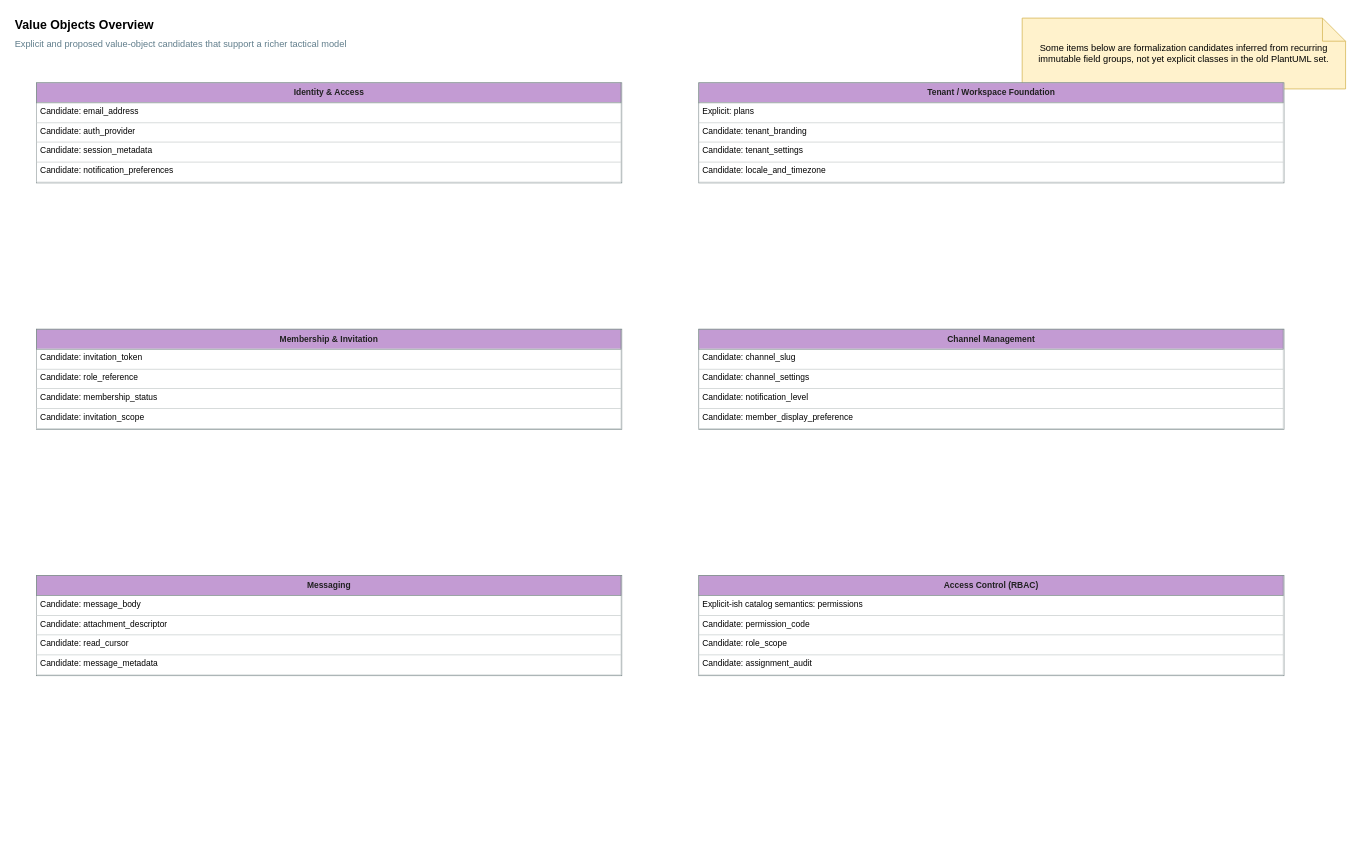
This is docs/tatical/value_objects/00_overview_value_objects.drawio from NFMU/app-design, a draw.io file, before an edit. Source tidied: cells renumbered, new cells numbered last; positions are measured from the earlier drawing's top-left corner, leaving out a move shared by most shapes. Both pictures are drawn from the tidied source at 77%, with x=0, y=0 at pixel (13, 13).
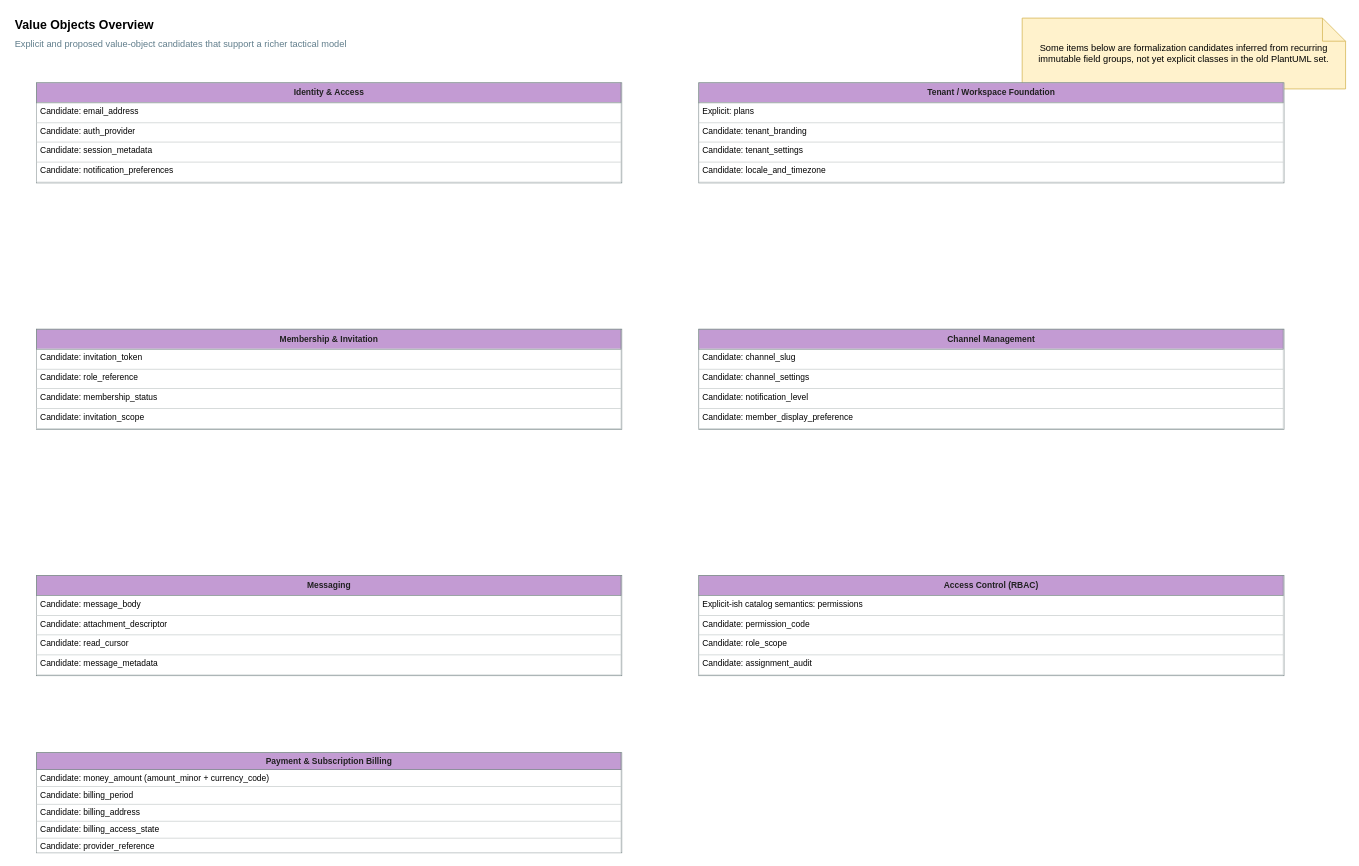
The same page after the edit.

What changed in the source:
```diff
@@
 <mxGraphModel>
   <root>
     <mxCell id="0" />
     <mxCell id="1" parent="0" />
     <mxCell id="2" value="Value Objects Overview" style="text;html=1;strokeColor=none;fillColor=none;align=left;verticalAlign=middle;fontSize=16;fontStyle=1;" parent="1" vertex="1">
       <mxGeometry width="760" height="30" as="geometry" />
     </mxCell>
     <mxCell id="3" value="Explicit and proposed value-object candidates that support a richer tactical model" style="text;html=1;strokeColor=none;fillColor=none;align=left;verticalAlign=middle;fontSize=12;fontColor=#607D8B;" parent="1" vertex="1">
       <mxGeometry y="28" width="760" height="24" as="geometry" />
     </mxCell>
     <mxCell id="4" value="Some items below are formalization candidates inferred from recurring immutable field groups, not yet explicit classes in the old PlantUML set." style="shape=note;whiteSpace=wrap;html=1;fillColor=#FFF2CC;strokeColor=#D6B656;" parent="1" vertex="1">
       <mxGeometry x="1310" y="6" width="420" height="92" as="geometry" />
     </mxCell>
     <mxCell id="5" value="&lt;table style=&quot;width:100%;height:100%;border-collapse:collapse;font-size:11px;font-family:Arial;&quot;&gt;&lt;tr&gt;&lt;td style=&quot;background:#C39BD3;color:#212121;font-weight:bold;text-align:center;border:1px solid #7F8C8D;padding:4px;&quot;&gt;Identity &amp; Access&lt;/td&gt;&lt;/tr&gt;&lt;tr&gt;&lt;td style=&quot;border:1px solid #CCD1D1;background:#FFFFFF;padding:4px;vertical-align:top;&quot;&gt;Candidate: email_address&lt;/td&gt;&lt;/tr&gt;&lt;tr&gt;&lt;td style=&quot;border:1px solid #CCD1D1;background:#FFFFFF;padding:4px;vertical-align:top;&quot;&gt;Candidate: auth_provider&lt;/td&gt;&lt;/tr&gt;&lt;tr&gt;&lt;td style=&quot;border:1px solid #CCD1D1;background:#FFFFFF;padding:4px;vertical-align:top;&quot;&gt;Candidate: session_metadata&lt;/td&gt;&lt;/tr&gt;&lt;tr&gt;&lt;td style=&quot;border:1px solid #CCD1D1;background:#FFFFFF;padding:4px;vertical-align:top;&quot;&gt;Candidate: notification_preferences&lt;/td&gt;&lt;/tr&gt;&lt;/table&gt;" style="rounded=0;whiteSpace=wrap;html=1;align=left;verticalAlign=top;spacing=0;fillColor=#FFFFFF;strokeColor=#7F8C8D;overflow=fill;" parent="1" vertex="1">
       <mxGeometry x="30" y="90" width="760" height="130" as="geometry" />
     </mxCell>
     <mxCell id="6" value="&lt;table style=&quot;width:100%;height:100%;border-collapse:collapse;font-size:11px;font-family:Arial;&quot;&gt;&lt;tr&gt;&lt;td style=&quot;background:#C39BD3;color:#212121;font-weight:bold;text-align:center;border:1px solid #7F8C8D;padding:4px;&quot;&gt;Tenant / Workspace Foundation&lt;/td&gt;&lt;/tr&gt;&lt;tr&gt;&lt;td style=&quot;border:1px solid #CCD1D1;background:#FFFFFF;padding:4px;vertical-align:top;&quot;&gt;Explicit: plans&lt;/td&gt;&lt;/tr&gt;&lt;tr&gt;&lt;td style=&quot;border:1px solid #CCD1D1;background:#FFFFFF;padding:4px;vertical-align:top;&quot;&gt;Candidate: tenant_branding&lt;/td&gt;&lt;/tr&gt;&lt;tr&gt;&lt;td style=&quot;border:1px solid #CCD1D1;background:#FFFFFF;padding:4px;vertical-align:top;&quot;&gt;Candidate: tenant_settings&lt;/td&gt;&lt;/tr&gt;&lt;tr&gt;&lt;td style=&quot;border:1px solid #CCD1D1;background:#FFFFFF;padding:4px;vertical-align:top;&quot;&gt;Candidate: locale_and_timezone&lt;/td&gt;&lt;/tr&gt;&lt;/table&gt;" style="rounded=0;whiteSpace=wrap;html=1;align=left;verticalAlign=top;spacing=0;fillColor=#FFFFFF;strokeColor=#7F8C8D;overflow=fill;" parent="1" vertex="1">
       <mxGeometry x="890" y="90" width="760" height="130" as="geometry" />
     </mxCell>
     <mxCell id="7" value="&lt;table style=&quot;width:100%;height:100%;border-collapse:collapse;font-size:11px;font-family:Arial;&quot;&gt;&lt;tr&gt;&lt;td style=&quot;background:#C39BD3;color:#212121;font-weight:bold;text-align:center;border:1px solid #7F8C8D;padding:4px;&quot;&gt;Membership &amp; Invitation&lt;/td&gt;&lt;/tr&gt;&lt;tr&gt;&lt;td style=&quot;border:1px solid #CCD1D1;background:#FFFFFF;padding:4px;vertical-align:top;&quot;&gt;Candidate: invitation_token&lt;/td&gt;&lt;/tr&gt;&lt;tr&gt;&lt;td style=&quot;border:1px solid #CCD1D1;background:#FFFFFF;padding:4px;vertical-align:top;&quot;&gt;Candidate: role_reference&lt;/td&gt;&lt;/tr&gt;&lt;tr&gt;&lt;td style=&quot;border:1px solid #CCD1D1;background:#FFFFFF;padding:4px;vertical-align:top;&quot;&gt;Candidate: membership_status&lt;/td&gt;&lt;/tr&gt;&lt;tr&gt;&lt;td style=&quot;border:1px solid #CCD1D1;background:#FFFFFF;padding:4px;vertical-align:top;&quot;&gt;Candidate: invitation_scope&lt;/td&gt;&lt;/tr&gt;&lt;/table&gt;" style="rounded=0;whiteSpace=wrap;html=1;align=left;verticalAlign=top;spacing=0;fillColor=#FFFFFF;strokeColor=#7F8C8D;overflow=fill;" parent="1" vertex="1">
       <mxGeometry x="30" y="410" width="760" height="130" as="geometry" />
     </mxCell>
     <mxCell id="8" value="&lt;table style=&quot;width:100%;height:100%;border-collapse:collapse;font-size:11px;font-family:Arial;&quot;&gt;&lt;tr&gt;&lt;td style=&quot;background:#C39BD3;color:#212121;font-weight:bold;text-align:center;border:1px solid #7F8C8D;padding:4px;&quot;&gt;Channel Management&lt;/td&gt;&lt;/tr&gt;&lt;tr&gt;&lt;td style=&quot;border:1px solid #CCD1D1;background:#FFFFFF;padding:4px;vertical-align:top;&quot;&gt;Candidate: channel_slug&lt;/td&gt;&lt;/tr&gt;&lt;tr&gt;&lt;td style=&quot;border:1px solid #CCD1D1;background:#FFFFFF;padding:4px;vertical-align:top;&quot;&gt;Candidate: channel_settings&lt;/td&gt;&lt;/tr&gt;&lt;tr&gt;&lt;td style=&quot;border:1px solid #CCD1D1;background:#FFFFFF;padding:4px;vertical-align:top;&quot;&gt;Candidate: notification_level&lt;/td&gt;&lt;/tr&gt;&lt;tr&gt;&lt;td style=&quot;border:1px solid #CCD1D1;background:#FFFFFF;padding:4px;vertical-align:top;&quot;&gt;Candidate: member_display_preference&lt;/td&gt;&lt;/tr&gt;&lt;/table&gt;" style="rounded=0;whiteSpace=wrap;html=1;align=left;verticalAlign=top;spacing=0;fillColor=#FFFFFF;strokeColor=#7F8C8D;overflow=fill;" parent="1" vertex="1">
       <mxGeometry x="890" y="410" width="760" height="130" as="geometry" />
     </mxCell>
     <mxCell id="9" value="&lt;table style=&quot;width:100%;height:100%;border-collapse:collapse;font-size:11px;font-family:Arial;&quot;&gt;&lt;tr&gt;&lt;td style=&quot;background:#C39BD3;color:#212121;font-weight:bold;text-align:center;border:1px solid #7F8C8D;padding:4px;&quot;&gt;Messaging&lt;/td&gt;&lt;/tr&gt;&lt;tr&gt;&lt;td style=&quot;border:1px solid #CCD1D1;background:#FFFFFF;padding:4px;vertical-align:top;&quot;&gt;Candidate: message_body&lt;/td&gt;&lt;/tr&gt;&lt;tr&gt;&lt;td style=&quot;border:1px solid #CCD1D1;background:#FFFFFF;padding:4px;vertical-align:top;&quot;&gt;Candidate: attachment_descriptor&lt;/td&gt;&lt;/tr&gt;&lt;tr&gt;&lt;td style=&quot;border:1px solid #CCD1D1;background:#FFFFFF;padding:4px;vertical-align:top;&quot;&gt;Candidate: read_cursor&lt;/td&gt;&lt;/tr&gt;&lt;tr&gt;&lt;td style=&quot;border:1px solid #CCD1D1;background:#FFFFFF;padding:4px;vertical-align:top;&quot;&gt;Candidate: message_metadata&lt;/td&gt;&lt;/tr&gt;&lt;/table&gt;" style="rounded=0;whiteSpace=wrap;html=1;align=left;verticalAlign=top;spacing=0;fillColor=#FFFFFF;strokeColor=#7F8C8D;overflow=fill;" parent="1" vertex="1">
       <mxGeometry x="30" y="730" width="760" height="130" as="geometry" />
     </mxCell>
     <mxCell id="10" value="&lt;table style=&quot;width:100%;height:100%;border-collapse:collapse;font-size:11px;font-family:Arial;&quot;&gt;&lt;tr&gt;&lt;td style=&quot;background:#C39BD3;color:#212121;font-weight:bold;text-align:center;border:1px solid #7F8C8D;padding:4px;&quot;&gt;Access Control (RBAC)&lt;/td&gt;&lt;/tr&gt;&lt;tr&gt;&lt;td style=&quot;border:1px solid #CCD1D1;background:#FFFFFF;padding:4px;vertical-align:top;&quot;&gt;Explicit-ish catalog semantics: permissions&lt;/td&gt;&lt;/tr&gt;&lt;tr&gt;&lt;td style=&quot;border:1px solid #CCD1D1;background:#FFFFFF;padding:4px;vertical-align:top;&quot;&gt;Candidate: permission_code&lt;/td&gt;&lt;/tr&gt;&lt;tr&gt;&lt;td style=&quot;border:1px solid #CCD1D1;background:#FFFFFF;padding:4px;vertical-align:top;&quot;&gt;Candidate: role_scope&lt;/td&gt;&lt;/tr&gt;&lt;tr&gt;&lt;td style=&quot;border:1px solid #CCD1D1;background:#FFFFFF;padding:4px;vertical-align:top;&quot;&gt;Candidate: assignment_audit&lt;/td&gt;&lt;/tr&gt;&lt;/table&gt;" style="rounded=0;whiteSpace=wrap;html=1;align=left;verticalAlign=top;spacing=0;fillColor=#FFFFFF;strokeColor=#7F8C8D;overflow=fill;" parent="1" vertex="1">
       <mxGeometry x="890" y="730" width="760" height="130" as="geometry" />
     </mxCell>
+    <mxCell id="11" value="&lt;table style=&quot;width:100%;height:100%;border-collapse:collapse;font-size:11px;font-family:Arial;&quot;&gt;&lt;tr&gt;&lt;td style=&quot;background:#C39BD3;color:#212121;font-weight:bold;text-align:center;border:1px solid #7F8C8D;padding:4px;&quot;&gt;Payment &amp; Subscription Billing&lt;/td&gt;&lt;/tr&gt;&lt;tr&gt;&lt;td style=&quot;border:1px solid #CCD1D1;background:#FFFFFF;padding:4px;vertical-align:top;&quot;&gt;Candidate: money_amount (amount_minor + currency_code)&lt;/td&gt;&lt;/tr&gt;&lt;tr&gt;&lt;td style=&quot;border:1px solid #CCD1D1;background:#FFFFFF;padding:4px;vertical-align:top;&quot;&gt;Candidate: billing_period&lt;/td&gt;&lt;/tr&gt;&lt;tr&gt;&lt;td style=&quot;border:1px solid #CCD1D1;background:#FFFFFF;padding:4px;vertical-align:top;&quot;&gt;Candidate: billing_address&lt;/td&gt;&lt;/tr&gt;&lt;tr&gt;&lt;td style=&quot;border:1px solid #CCD1D1;background:#FFFFFF;padding:4px;vertical-align:top;&quot;&gt;Candidate: billing_access_state&lt;/td&gt;&lt;/tr&gt;&lt;tr&gt;&lt;td style=&quot;border:1px solid #CCD1D1;background:#FFFFFF;padding:4px;vertical-align:top;&quot;&gt;Candidate: provider_reference&lt;/td&gt;&lt;/tr&gt;&lt;/table&gt;" style="rounded=0;whiteSpace=wrap;html=1;align=left;verticalAlign=top;spacing=0;fillColor=#FFFFFF;strokeColor=#7F8C8D;overflow=fill;" parent="1" vertex="1">
+      <mxGeometry x="30" y="960" width="760" height="130" as="geometry" />
+    </mxCell>
   </root>
 </mxGraphModel>
```
